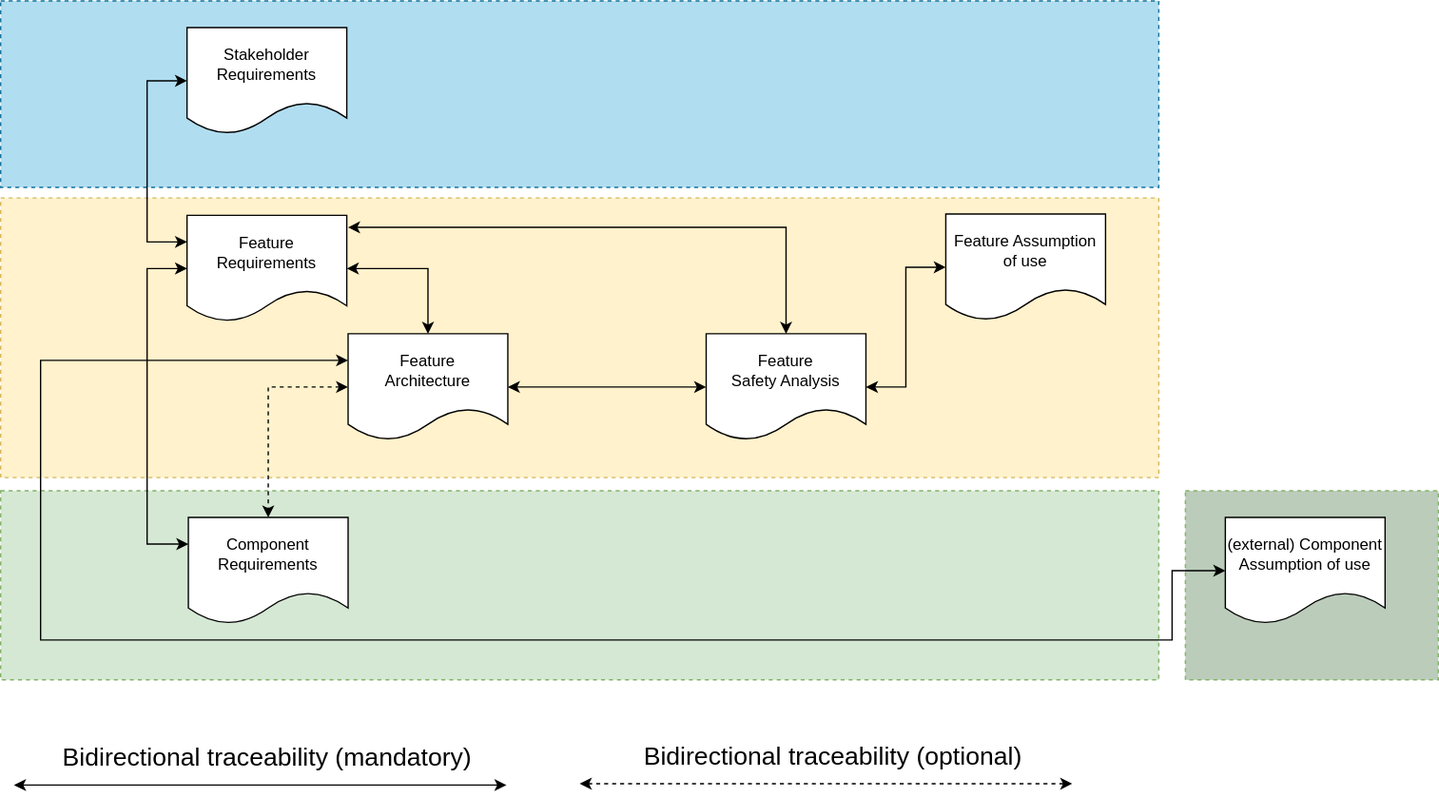
umaucher/score keeps this draw.io diagram as pr-343/_images/score_traceability_model_feat_overview.svg. Above is the earlier version. Source tidied: cells renumbered, new cells last; positions are measured from the earlier drawing's top-left corner, leaving out a move shared by most shapes.
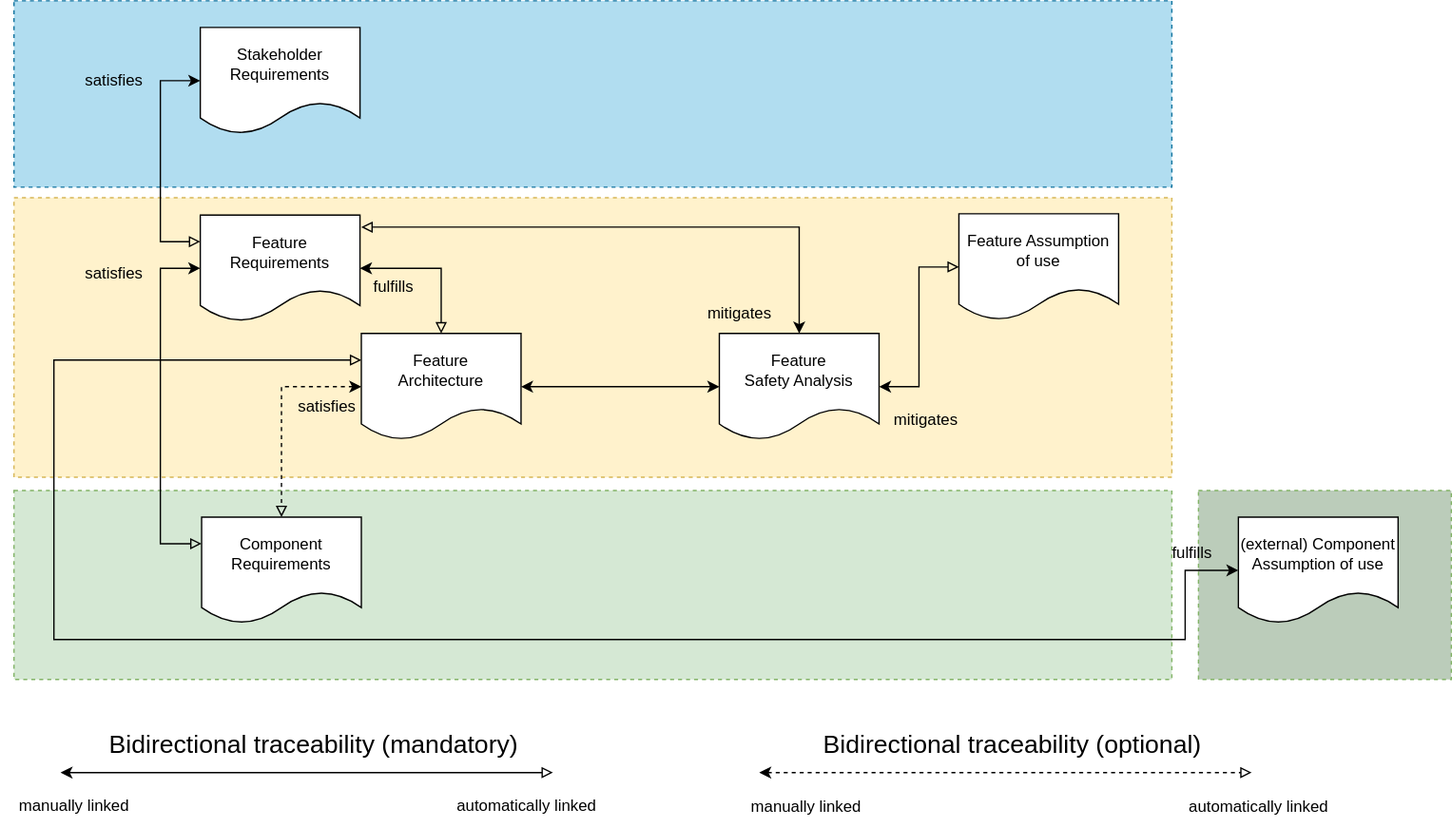
The same file after the commit.

What changed in the source:
```diff
@@ -11,7 +11,7 @@
     <mxCell id="4" value="Feature Requirements" style="shape=document;whiteSpace=wrap;html=1;boundedLbl=1;" parent="1" vertex="1">
       <mxGeometry x="140" y="161" width="120" height="80" as="geometry" />
     </mxCell>
-    <mxCell id="5" style="edgeStyle=orthogonalEdgeStyle;rounded=0;jettySize=auto;html=1;entryX=0;entryY=0.5;entryDx=0;entryDy=0;startArrow=classic;startFill=1;exitX=0;exitY=0.25;exitDx=0;exitDy=0;" parent="1" edge="1" source="6" target="4">
+    <mxCell id="5" style="edgeStyle=orthogonalEdgeStyle;rounded=0;jettySize=auto;html=1;entryX=0;entryY=0.5;entryDx=0;entryDy=0;startArrow=block;startFill=0;exitX=0;exitY=0.25;exitDx=0;exitDy=0;endArrow=classic;endFill=1;" parent="1" edge="1" source="6" target="4">
       <mxGeometry relative="1" as="geometry">
         <Array as="points">
           <mxPoint x="110" y="408" />
@@ -22,10 +22,10 @@
     <mxCell id="6" value="Component Requirements" style="shape=document;whiteSpace=wrap;html=1;boundedLbl=1;" parent="1" vertex="1">
       <mxGeometry x="141" y="388" width="120" height="80" as="geometry" />
     </mxCell>
-    <mxCell id="7" style="edgeStyle=orthogonalEdgeStyle;rounded=0;jettySize=auto;html=1;entryX=1;entryY=0.5;entryDx=0;entryDy=0;exitX=0.5;exitY=0;exitDx=0;exitDy=0;startArrow=classic;startFill=1;" parent="1" edge="1" source="10" target="4">
+    <mxCell id="7" style="edgeStyle=orthogonalEdgeStyle;rounded=0;jettySize=auto;html=1;entryX=1;entryY=0.5;entryDx=0;entryDy=0;exitX=0.5;exitY=0;exitDx=0;exitDy=0;startArrow=block;startFill=0;" parent="1" edge="1" source="10" target="4">
       <mxGeometry relative="1" as="geometry" />
     </mxCell>
-    <mxCell id="8" style="edgeStyle=orthogonalEdgeStyle;rounded=0;jettySize=auto;html=1;entryX=0.5;entryY=0;entryDx=0;entryDy=0;startArrow=classic;startFill=1;exitX=0;exitY=0.5;exitDx=0;exitDy=0;dashed=1;" parent="1" edge="1" source="10" target="6">
+    <mxCell id="8" style="edgeStyle=orthogonalEdgeStyle;rounded=0;jettySize=auto;html=1;entryX=0.5;entryY=0;entryDx=0;entryDy=0;startArrow=classic;startFill=1;exitX=0;exitY=0.5;exitDx=0;exitDy=0;dashed=1;endArrow=block;endFill=0;" parent="1" edge="1" source="10" target="6">
       <mxGeometry relative="1" as="geometry" />
     </mxCell>
     <mxCell id="9" style="edgeStyle=orthogonalEdgeStyle;rounded=0;jettySize=auto;html=1;startArrow=classic;startFill=1;" parent="1" edge="1" source="10" target="21">
@@ -40,7 +40,7 @@
     <mxCell id="12" style="rounded=0;whiteSpace=wrap;html=1;dashed=1;fillColor=#BBCCBA;strokeColor=#82b366;" parent="1" vertex="1">
       <mxGeometry x="890" y="368" width="190" height="142" as="geometry" />
     </mxCell>
-    <mxCell id="13" style="edgeStyle=orthogonalEdgeStyle;rounded=0;jettySize=auto;html=1;entryX=0;entryY=0.25;entryDx=0;entryDy=0;fontSize=19;startArrow=classic;startFill=1;exitX=0;exitY=0.5;exitDx=0;exitDy=0;" parent="1" edge="1" source="14" target="10">
+    <mxCell id="13" style="edgeStyle=orthogonalEdgeStyle;rounded=0;jettySize=auto;html=1;entryX=0;entryY=0.25;entryDx=0;entryDy=0;fontSize=19;startArrow=classic;startFill=1;exitX=0;exitY=0.5;exitDx=0;exitDy=0;endArrow=block;endFill=0;" parent="1" edge="1" source="14" target="10">
       <mxGeometry relative="1" as="geometry">
         <Array as="points">
           <mxPoint x="880" y="428" />
@@ -56,7 +56,7 @@
     <mxCell id="15" style="rounded=0;whiteSpace=wrap;html=1;dashed=1;fillColor=#b1ddf0;strokeColor=#10739e;" parent="1" vertex="1">
       <mxGeometry width="870" height="140" as="geometry" />
     </mxCell>
-    <mxCell id="16" style="edgeStyle=orthogonalEdgeStyle;rounded=0;jettySize=auto;html=1;entryX=0;entryY=0.25;entryDx=0;entryDy=0;startArrow=classic;startFill=1;exitX=0;exitY=0.5;exitDx=0;exitDy=0;" parent="1" edge="1" source="17" target="4">
+    <mxCell id="16" style="edgeStyle=orthogonalEdgeStyle;rounded=0;jettySize=auto;html=1;entryX=0;entryY=0.25;entryDx=0;entryDy=0;startArrow=classic;startFill=1;exitX=0;exitY=0.5;exitDx=0;exitDy=0;endArrow=block;endFill=0;" parent="1" edge="1" source="17" target="4">
       <mxGeometry relative="1" as="geometry">
         <Array as="points">
           <mxPoint x="110" y="60" />
@@ -70,10 +70,10 @@
     <mxCell id="18" value="Feature Assumption of use" style="shape=document;whiteSpace=wrap;html=1;boundedLbl=1;" parent="1" vertex="1">
       <mxGeometry x="710" y="160" width="120" height="80" as="geometry" />
     </mxCell>
-    <mxCell id="19" style="edgeStyle=orthogonalEdgeStyle;rounded=0;jettySize=auto;html=1;entryX=0;entryY=0.5;entryDx=0;entryDy=0;startArrow=classic;startFill=1;" parent="1" edge="1" source="21" target="18">
+    <mxCell id="19" style="edgeStyle=orthogonalEdgeStyle;rounded=0;jettySize=auto;html=1;entryX=0;entryY=0.5;entryDx=0;entryDy=0;startArrow=classic;startFill=1;endArrow=block;endFill=0;" parent="1" edge="1" source="21" target="18">
       <mxGeometry relative="1" as="geometry" />
     </mxCell>
-    <mxCell id="20" style="edgeStyle=orthogonalEdgeStyle;rounded=0;jettySize=auto;html=1;entryX=1.008;entryY=0.113;entryDx=0;entryDy=0;exitX=0.5;exitY=0;exitDx=0;exitDy=0;startArrow=classic;startFill=1;entryPerimeter=0;" parent="1" edge="1" source="21" target="4">
+    <mxCell id="20" style="edgeStyle=orthogonalEdgeStyle;rounded=0;jettySize=auto;html=1;entryX=1.008;entryY=0.113;entryDx=0;entryDy=0;exitX=0.5;exitY=0;exitDx=0;exitDy=0;startArrow=classic;startFill=1;entryPerimeter=0;endArrow=block;endFill=0;" parent="1" edge="1" source="21" target="4">
       <mxGeometry relative="1" as="geometry">
         <Array as="points">
           <mxPoint x="590" y="170" />
@@ -83,29 +83,62 @@
     <mxCell id="21" value="Feature&lt;br&gt;Safety Analysis" style="shape=document;whiteSpace=wrap;html=1;boundedLbl=1;" parent="1" vertex="1">
       <mxGeometry x="530" y="250" width="120" height="80" as="geometry" />
     </mxCell>
-    <mxCell id="22" style="edgeStyle=orthogonalEdgeStyle;rounded=0;orthogonalLoop=1;jettySize=auto;html=1;startArrow=classic;startFill=1;" parent="1" edge="1">
-      <mxGeometry x="0.38" y="5" relative="1" as="geometry">
-        <mxPoint x="10" y="589" as="sourcePoint" />
-        <mxPoint x="380" y="589" as="targetPoint" />
-        <Array as="points">
-          <mxPoint x="27" y="589" />
-        </Array>
-      </mxGeometry>
-    </mxCell>
+    <mxCell id="26" style="edgeStyle=orthogonalEdgeStyle;rounded=0;orthogonalLoop=1;jettySize=auto;html=1;startArrow=classic;startFill=1;endArrow=block;endFill=0;" parent="1" edge="1">
+      <mxGeometry x="0.38" y="5" relative="1" as="geometry">
+        <mxPoint x="35" y="580" as="sourcePoint" />
+        <mxPoint x="405" y="580" as="targetPoint" />
+        <Array as="points">
+          <mxPoint x="52" y="580" />
+        </Array>
+      </mxGeometry>
+    </mxCell>
     <mxCell id="23" value="Bidirectional traceability (mandatory)" style="text;html=1;align=center;verticalAlign=middle;strokeColor=none;fillColor=none;fontSize=19;" parent="1" vertex="1">
-      <mxGeometry x="35" y="549" width="330" height="40" as="geometry" />
+      <mxGeometry x="60" y="540" width="330" height="40" as="geometry" />
     </mxCell>
-    <mxCell id="24" style="edgeStyle=orthogonalEdgeStyle;rounded=0;orthogonalLoop=1;jettySize=auto;html=1;startArrow=classic;startFill=1;dashed=1;" parent="1" edge="1">
-      <mxGeometry x="0.38" y="5" relative="1" as="geometry">
-        <mxPoint x="435" y="588" as="sourcePoint" />
-        <mxPoint x="805" y="588" as="targetPoint" />
-        <Array as="points">
-          <mxPoint x="452" y="588" />
-        </Array>
-      </mxGeometry>
-    </mxCell>
+    <mxCell id="27" style="edgeStyle=orthogonalEdgeStyle;rounded=0;orthogonalLoop=1;jettySize=auto;html=1;startArrow=classic;startFill=1;dashed=1;endArrow=block;endFill=0;" parent="1" edge="1">
+      <mxGeometry x="0.38" y="5" relative="1" as="geometry">
+        <mxPoint x="560" y="580" as="sourcePoint" />
+        <mxPoint x="930" y="580" as="targetPoint" />
+        <Array as="points">
+          <mxPoint x="577" y="580" />
+        </Array>
+      </mxGeometry>
+    </mxCell>
     <mxCell id="25" value="Bidirectional traceability (optional)" style="text;html=1;align=center;verticalAlign=middle;strokeColor=none;fillColor=none;fontSize=19;" parent="1" vertex="1">
-      <mxGeometry x="470" y="548" width="310" height="40" as="geometry" />
+      <mxGeometry x="595" y="540" width="310" height="40" as="geometry" />
     </mxCell>
+    <mxCell id="28" value="manually linked" style="text;html=1;align=center;verticalAlign=middle;strokeColor=none;fillColor=none;" parent="1" vertex="1">
+      <mxGeometry x="-10" y="590" width="110" height="30" as="geometry" />
+    </mxCell>
+    <mxCell id="29" value="automatically linked" style="text;html=1;align=center;verticalAlign=middle;strokeColor=none;fillColor=none;" parent="1" vertex="1">
+      <mxGeometry x="320" y="590" width="130" height="30" as="geometry" />
+    </mxCell>
+    <mxCell id="30" value="manually linked" style="text;html=1;align=center;verticalAlign=middle;strokeColor=none;fillColor=none;" parent="1" vertex="1">
+      <mxGeometry x="540" y="591" width="110" height="30" as="geometry" />
+    </mxCell>
+    <mxCell id="31" value="automatically linked" style="text;html=1;align=center;verticalAlign=middle;strokeColor=none;fillColor=none;" parent="1" vertex="1">
+      <mxGeometry x="870" y="591" width="130" height="30" as="geometry" />
+    </mxCell>
+    <mxCell id="32" value="satisfies" style="text;html=1;align=center;verticalAlign=middle;strokeColor=none;fillColor=none;" parent="1" vertex="1">
+      <mxGeometry x="40" y="45" width="70" height="30" as="geometry" />
+    </mxCell>
+    <mxCell id="33" value="satisfies" style="text;html=1;align=center;verticalAlign=middle;strokeColor=none;fillColor=none;" parent="1" vertex="1">
+      <mxGeometry x="40" y="190" width="70" height="30" as="geometry" />
+    </mxCell>
+    <mxCell id="34" value="fulfills" style="text;html=1;align=center;verticalAlign=middle;strokeColor=none;fillColor=none;" parent="1" vertex="1">
+      <mxGeometry x="860" y="400" width="50" height="30" as="geometry" />
+    </mxCell>
+    <mxCell id="35" value="satisfies" style="text;html=1;align=center;verticalAlign=middle;strokeColor=none;fillColor=none;" parent="1" vertex="1">
+      <mxGeometry x="200" y="290" width="70" height="30" as="geometry" />
+    </mxCell>
+    <mxCell id="36" value="fulfills" style="text;html=1;align=center;verticalAlign=middle;strokeColor=none;fillColor=none;" parent="1" vertex="1">
+      <mxGeometry x="260" y="200" width="50" height="30" as="geometry" />
+    </mxCell>
+    <mxCell id="37" value="mitigates" style="text;html=1;align=center;verticalAlign=middle;strokeColor=none;fillColor=none;" parent="1" vertex="1">
+      <mxGeometry x="650" y="300" width="70" height="30" as="geometry" />
+    </mxCell>
+    <mxCell id="38" value="mitigates" style="text;html=1;align=center;verticalAlign=middle;strokeColor=none;fillColor=none;" parent="1" vertex="1">
+      <mxGeometry x="510" y="220" width="70" height="30" as="geometry" />
+    </mxCell>
   </root>
 </mxGraphModel>
```
